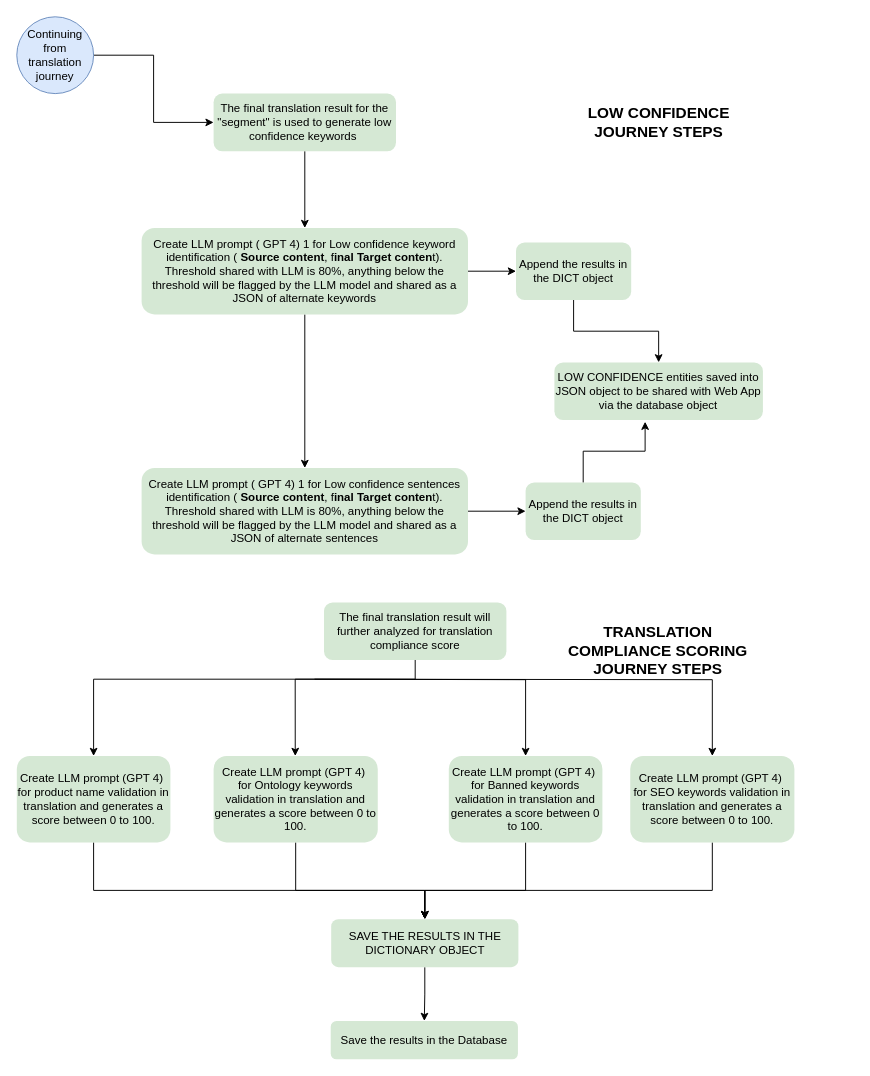
Above: page "Post Translation" (3 of 3) of GenAI_WSF_Translation_Process_Flow.drawio in nsareen-oa/diagrams (draw.io), before the change. Source tidied: cells renumbered, new cells numbered last; positions are measured from the earlier drawing's top-left corner, leaving out a move shared by most shapes. Both pictures are drawn from the tidied source at 96%, with x=0, y=0 at pixel (16, 16).
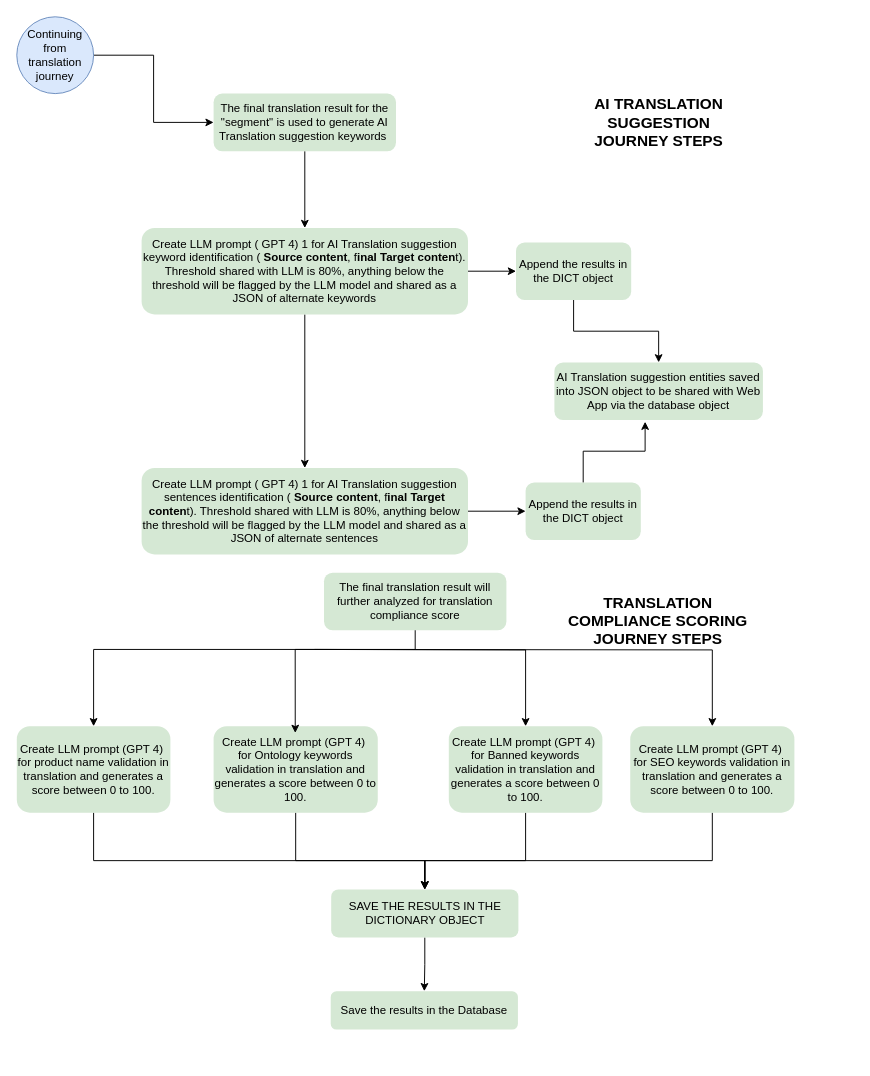
The same page after the edit.

What changed in the source:
```diff
@@
     <mxCell id="2" style="rounded=0;whiteSpace=wrap;html=1;strokeColor=none;" parent="1" vertex="1">
-      <mxGeometry y="80" width="810" height="490" as="geometry" />
+      <mxGeometry y="77" width="810" height="490" as="geometry" />
     </mxCell>
@@
-    <mxCell id="4" value="The final translation result for the &quot;segment&quot; is used to generate low confidence keywords&amp;nbsp;" style="rounded=1;whiteSpace=wrap;html=1;fillColor=#d5e8d4;strokeColor=none;" parent="1" vertex="1">
+    <mxCell id="4" value="The final translation result for the &quot;segment&quot; is used to generate AI Translation suggestion keywords&amp;nbsp;" style="rounded=1;whiteSpace=wrap;html=1;fillColor=#d5e8d4;strokeColor=none;" parent="1" vertex="1">
       <mxGeometry x="205" y="80" width="190" height="60" as="geometry" />
     </mxCell>
@@
-    <mxCell id="7" value="Create LLM prompt ( GPT 4) 1 for Low confidence keyword identification ( &lt;b&gt;Source content&lt;/b&gt;, f&lt;b&gt;inal Target conten&lt;/b&gt;t). Threshold shared with LLM is 80%, anything below the threshold will be flagged by the LLM model and shared as a JSON of alternate keywords" style="whiteSpace=wrap;html=1;rounded=1;fillColor=#d5e8d4;strokeColor=none;" parent="1" vertex="1">
+    <mxCell id="7" value="Create LLM prompt ( GPT 4) 1 for AI Translation suggestion keyword identification ( &lt;b&gt;Source content&lt;/b&gt;, f&lt;b&gt;inal Target conten&lt;/b&gt;t). Threshold shared with LLM is 80%, anything below the threshold will be flagged by the LLM model and shared as a JSON of alternate keywords" style="whiteSpace=wrap;html=1;rounded=1;fillColor=#d5e8d4;strokeColor=none;" parent="1" vertex="1">
       <mxGeometry x="130" y="220" width="340" height="90" as="geometry" />
     </mxCell>
@@
-    <mxCell id="9" value="Create LLM prompt ( GPT 4) 1 for Low confidence sentences identification ( &lt;b&gt;Source content&lt;/b&gt;, f&lt;b&gt;inal Target conten&lt;/b&gt;t). Threshold shared with LLM is 80%, anything below the threshold will be flagged by the LLM model and shared as a JSON of alternate sentences" style="whiteSpace=wrap;html=1;rounded=1;fillColor=#d5e8d4;strokeColor=none;" parent="1" vertex="1">
+    <mxCell id="9" value="Create LLM prompt ( GPT 4) 1 for AI Translation suggestion sentences identification ( &lt;b&gt;Source content&lt;/b&gt;, f&lt;b&gt;inal Target conten&lt;/b&gt;t). Threshold shared with LLM is 80%, anything below the threshold will be flagged by the LLM model and shared as a JSON of alternate sentences" style="whiteSpace=wrap;html=1;rounded=1;fillColor=#d5e8d4;strokeColor=none;" parent="1" vertex="1">
       <mxGeometry x="130" y="470" width="340" height="90" as="geometry" />
     </mxCell>
@@
-    <mxCell id="15" value="LOW CONFIDENCE entities saved into JSON object to be shared with Web App via the database object" style="whiteSpace=wrap;html=1;fillColor=#d5e8d4;strokeColor=none;rounded=1;" parent="1" vertex="1">
+    <mxCell id="15" value="AI Translation suggestion entities saved into JSON object to be shared with Web App via the database object" style="whiteSpace=wrap;html=1;fillColor=#d5e8d4;strokeColor=none;rounded=1;" parent="1" vertex="1">
       <mxGeometry x="560" y="360" width="217.2" height="60" as="geometry" />
     </mxCell>
@@
-    <mxCell id="17" value="LOW CONFIDENCE JOURNEY STEPS" style="text;html=1;align=center;verticalAlign=middle;whiteSpace=wrap;rounded=0;fontSize=16;fontStyle=1;" parent="1" vertex="1">
+    <mxCell id="17" value="AI TRANSLATION SUGGESTION JOURNEY STEPS" style="text;html=1;align=center;verticalAlign=middle;whiteSpace=wrap;rounded=0;fontSize=16;fontStyle=1;" parent="1" vertex="1">
       <mxGeometry x="573.6" y="95" width="190" height="30" as="geometry" />
     </mxCell>
     <mxCell id="18" style="rounded=0;whiteSpace=wrap;html=1;strokeColor=none;" parent="1" vertex="1">
-      <mxGeometry y="596" width="871" height="490" as="geometry" />
+      <mxGeometry y="572" width="871" height="490" as="geometry" />
     </mxCell>
     <mxCell id="19" style="edgeStyle=orthogonalEdgeStyle;rounded=0;jettySize=auto;html=1;" parent="1" edge="1" target="22">
       <mxGeometry relative="1" as="geometry">
-        <mxPoint x="310" y="690" as="sourcePoint" />
+        <mxPoint x="310" y="659" as="sourcePoint" />
         <Array as="points">
-          <mxPoint x="80" y="690" />
+          <mxPoint x="80" y="659" />
         </Array>
       </mxGeometry>
     </mxCell>
     <mxCell id="20" value="The final translation result will further analyzed for translation compliance score" style="rounded=1;whiteSpace=wrap;html=1;fillColor=#d5e8d4;strokeColor=none;" parent="1" vertex="1">
-      <mxGeometry x="320" y="610" width="190" height="60" as="geometry" />
+      <mxGeometry x="320" y="579" width="190" height="60" as="geometry" />
     </mxCell>
     <mxCell id="21" style="edgeStyle=orthogonalEdgeStyle;rounded=0;jettySize=auto;html=1;entryX=0.5;entryY=0;entryDx=0;entryDy=0;" parent="1" edge="1" source="22" target="37">
       <mxGeometry relative="1" as="geometry">
         <Array as="points">
-          <mxPoint x="80" y="910" />
-          <mxPoint x="425" y="910" />
+          <mxPoint x="80" y="879" />
+          <mxPoint x="425" y="879" />
         </Array>
       </mxGeometry>
     </mxCell>
     <mxCell id="22" value="Create LLM prompt (GPT 4)&amp;nbsp;&lt;div&gt;for product name validation in translation and generates a score between 0 to 100.&lt;/div&gt;" style="whiteSpace=wrap;html=1;rounded=1;fillColor=#d5e8d4;strokeColor=none;" parent="1" vertex="1">
-      <mxGeometry y="770" width="160" height="90" as="geometry" />
+      <mxGeometry y="739" width="160" height="90" as="geometry" />
     </mxCell>
@@
     <mxCell id="26" value="TRANSLATION COMPLIANCE SCORING JOURNEY STEPS" style="text;html=1;align=center;verticalAlign=middle;whiteSpace=wrap;rounded=0;fontSize=16;fontStyle=1;" parent="1" vertex="1">
-      <mxGeometry x="572.6" y="645" width="190" height="30" as="geometry" />
+      <mxGeometry x="572.6" y="614" width="190" height="30" as="geometry" />
     </mxCell>
     <mxCell id="27" style="edgeStyle=orthogonalEdgeStyle;rounded=0;jettySize=auto;html=1;entryX=0.5;entryY=0;entryDx=0;entryDy=0;" parent="1" edge="1" source="28" target="37">
       <mxGeometry relative="1" as="geometry">
         <Array as="points">
-          <mxPoint x="291" y="910" />
-          <mxPoint x="425" y="910" />
+          <mxPoint x="291" y="879" />
+          <mxPoint x="425" y="879" />
         </Array>
       </mxGeometry>
     </mxCell>
     <mxCell id="28" value="Create LLM prompt (GPT 4)&amp;nbsp;&lt;div&gt;for Ontology keywords validation in translation and generates a score between 0 to 100.&lt;/div&gt;" style="whiteSpace=wrap;html=1;rounded=1;fillColor=#d5e8d4;strokeColor=none;" parent="1" vertex="1">
-      <mxGeometry x="205" y="770" width="171" height="90" as="geometry" />
+      <mxGeometry x="205" y="739" width="171" height="90" as="geometry" />
     </mxCell>
     <mxCell id="29" style="edgeStyle=orthogonalEdgeStyle;rounded=0;jettySize=auto;html=1;entryX=0.5;entryY=0;entryDx=0;entryDy=0;" parent="1" edge="1" source="30" target="37">
       <mxGeometry relative="1" as="geometry">
         <Array as="points">
-          <mxPoint x="530" y="910" />
-          <mxPoint x="425" y="910" />
+          <mxPoint x="530" y="879" />
+          <mxPoint x="425" y="879" />
         </Array>
       </mxGeometry>
     </mxCell>
     <mxCell id="30" value="Create LLM prompt (GPT 4)&amp;nbsp;&lt;div&gt;for Banned keywords validation in translation and generates a score between 0 to 100.&lt;/div&gt;" style="whiteSpace=wrap;html=1;rounded=1;fillColor=#d5e8d4;strokeColor=none;" parent="1" vertex="1">
-      <mxGeometry x="450" y="770" width="160" height="90" as="geometry" />
+      <mxGeometry x="450" y="739" width="160" height="90" as="geometry" />
     </mxCell>
     <mxCell id="31" style="edgeStyle=orthogonalEdgeStyle;rounded=0;jettySize=auto;html=1;entryX=0.5;entryY=0;entryDx=0;entryDy=0;" parent="1" edge="1" source="32" target="37">
       <mxGeometry relative="1" as="geometry">
         <Array as="points">
-          <mxPoint x="725" y="910" />
-          <mxPoint x="425" y="910" />
+          <mxPoint x="725" y="879" />
+          <mxPoint x="425" y="879" />
         </Array>
       </mxGeometry>
     </mxCell>
     <mxCell id="32" value="Create LLM prompt (GPT 4)&amp;nbsp;&lt;div&gt;for SEO keywords validation in translation and generates a score between 0 to 100.&lt;/div&gt;" style="whiteSpace=wrap;html=1;rounded=1;fillColor=#d5e8d4;strokeColor=none;" parent="1" vertex="1">
-      <mxGeometry x="639" y="770" width="171" height="90" as="geometry" />
+      <mxGeometry x="639" y="739" width="171" height="90" as="geometry" />
     </mxCell>
     <mxCell id="33" style="edgeStyle=orthogonalEdgeStyle;rounded=0;jettySize=auto;html=1;" parent="1" edge="1" target="30">
       <mxGeometry relative="1" as="geometry">
-        <mxPoint x="310" y="690" as="sourcePoint" />
+        <mxPoint x="310" y="659" as="sourcePoint" />
       </mxGeometry>
     </mxCell>
     <mxCell id="34" style="edgeStyle=orthogonalEdgeStyle;rounded=0;jettySize=auto;html=1;" parent="1" edge="1" target="32">
       <mxGeometry relative="1" as="geometry">
-        <mxPoint x="310" y="690" as="sourcePoint" />
+        <mxPoint x="310" y="659" as="sourcePoint" />
       </mxGeometry>
     </mxCell>
     <mxCell id="35" value="Save the results in the Database" style="whiteSpace=wrap;html=1;rounded=1;fillColor=#d5e8d4;strokeColor=none;" parent="1" vertex="1">
-      <mxGeometry x="327" y="1046" width="195" height="40" as="geometry" />
+      <mxGeometry x="327" y="1015" width="195" height="40" as="geometry" />
     </mxCell>
@@
     <mxCell id="37" value="SAVE THE RESULTS IN THE DICTIONARY OBJECT" style="whiteSpace=wrap;html=1;rounded=1;fillColor=#d5e8d4;strokeColor=none;" parent="1" vertex="1">
-      <mxGeometry x="327.5" y="940" width="195" height="50" as="geometry" />
+      <mxGeometry x="327.5" y="909" width="195" height="50" as="geometry" />
     </mxCell>
```
